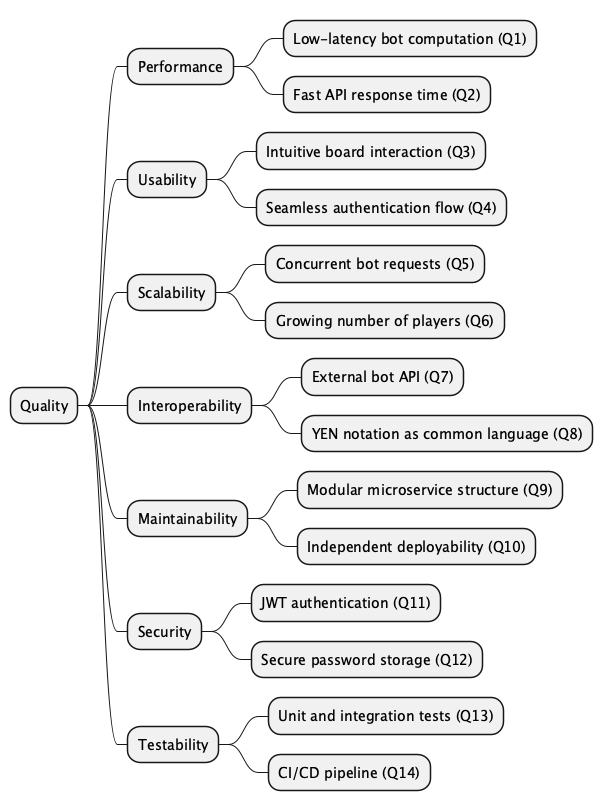
Above: images/quality-tree.png in Arquisoft/yovi_en3a (PlantUML), before the change.
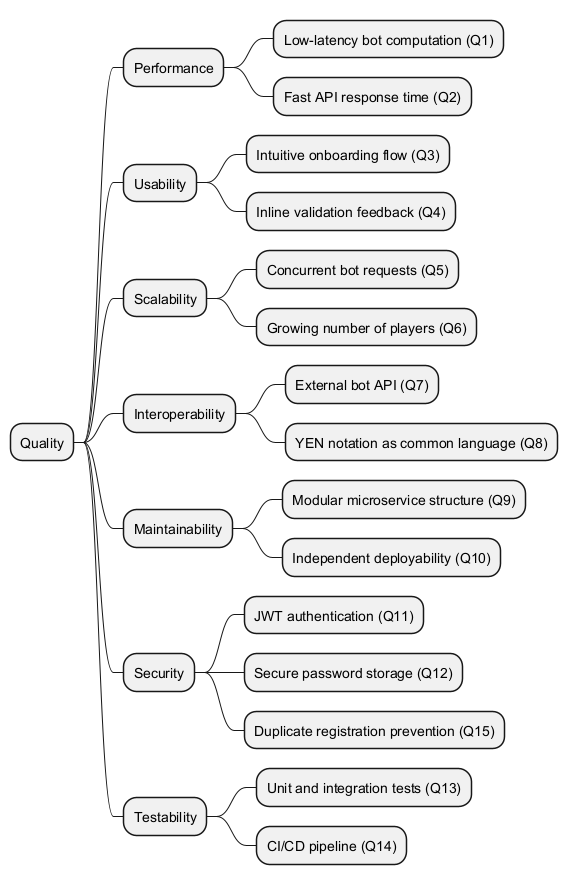
The same diagram one commit later.

What changed in the source:
```diff
@@ -4,8 +4,8 @@
 *** Low-latency bot computation (Q1)
 *** Fast API response time (Q2)
 ** Usability
-*** Intuitive board interaction (Q3)
-*** Seamless authentication flow (Q4)
+*** Intuitive onboarding flow (Q3)
+*** Inline validation feedback (Q4)
 ** Scalability
 *** Concurrent bot requests (Q5)
 *** Growing number of players (Q6)
@@ -18,6 +18,7 @@
 ** Security
 *** JWT authentication (Q11)
 *** Secure password storage (Q12)
+*** Duplicate registration prevention (Q15)
 ** Testability
 *** Unit and integration tests (Q13)
 *** CI/CD pipeline (Q14)
```
